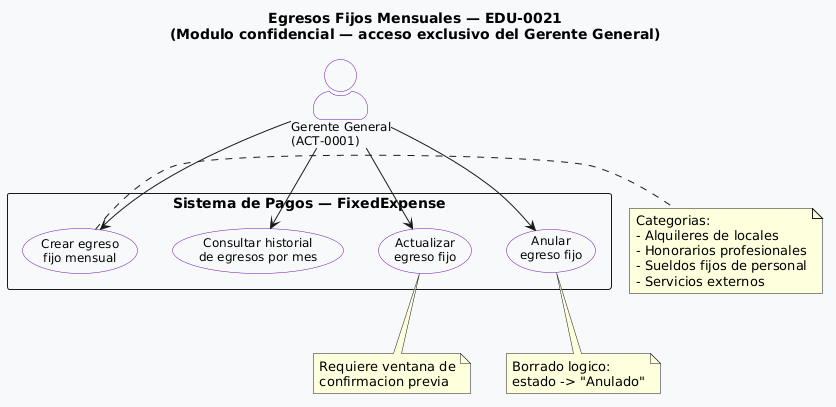
The PlantUML diagram services/payments/diagrama de casos de uso/uc-04-egresos-fijos.png in KODA-pe/architecture-docs, before a commit. Its diagram source:
```plantuml
@startuml
skinparam actorStyle awesome
skinparam backgroundColor #F8F9FA
skinparam usecase {
  BackgroundColor #FFFFFF
  BorderColor #6A0DAD
  FontSize 12
}
skinparam actor {
  BackgroundColor #FFFFFF
  BorderColor #6A0DAD
  FontSize 12
}
skinparam packageStyle rectangle
skinparam defaultFontName Arial

title Egresos Fijos Mensuales — EDU-0021\n(Modulo confidencial — acceso exclusivo del Gerente General)

actor "Gerente General\n(ACT-0001)" as GER

rectangle "Sistema de Pagos — FixedExpense" {
  usecase "Crear egreso\nfijo mensual" as UC1
  usecase "Consultar historial\nde egresos por mes" as UC2
  usecase "Actualizar\negreso fijo" as UC3
  usecase "Anular\negreso fijo" as UC4
}

GER --> UC1
GER --> UC2
GER --> UC3
GER --> UC4

note right of UC1
  Categorias:
  - Alquileres de locales
  - Honorarios profesionales
  - Sueldos fijos de personal
  - Servicios externos
end note

note bottom of UC3
  Requiere ventana de
  confirmacion previa
end note

note bottom of UC4
  Borrado logico:
  estado -> "Anulado"
end note
@enduml
```
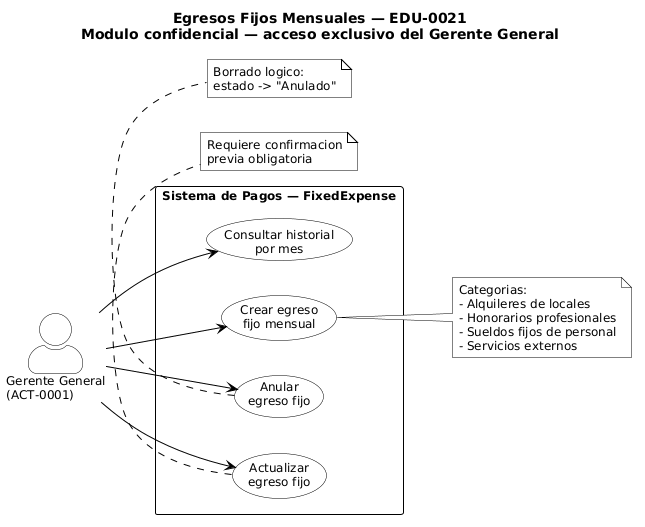
The same file after the commit.

Diff of the diagram source:
```diff
@@ -1,26 +1,41 @@
 @startuml
+skinparam monochrome true
 skinparam actorStyle awesome
-skinparam backgroundColor #F8F9FA
+skinparam backgroundColor white
+skinparam defaultFontName Arial
+skinparam defaultFontSize 12
+skinparam shadowing false
 skinparam usecase {
-  BackgroundColor #FFFFFF
-  BorderColor #6A0DAD
-  FontSize 12
+  BackgroundColor white
+  BorderColor black
+  FontColor black
 }
 skinparam actor {
-  BackgroundColor #FFFFFF
-  BorderColor #6A0DAD
-  FontSize 12
+  BackgroundColor white
+  BorderColor black
+  FontColor black
 }
-skinparam packageStyle rectangle
-skinparam defaultFontName Arial
+skinparam note {
+  BackgroundColor white
+  BorderColor black
+  FontColor black
+}
+skinparam rectangle {
+  BorderColor black
+  FontColor black
+  BackgroundColor white
+}
+skinparam ArrowColor black
 
-title Egresos Fijos Mensuales — EDU-0021\n(Modulo confidencial — acceso exclusivo del Gerente General)
+title Egresos Fijos Mensuales — EDU-0021\nModulo confidencial — acceso exclusivo del Gerente General
+
+left to right direction
 
 actor "Gerente General\n(ACT-0001)" as GER
 
 rectangle "Sistema de Pagos — FixedExpense" {
   usecase "Crear egreso\nfijo mensual" as UC1
-  usecase "Consultar historial\nde egresos por mes" as UC2
+  usecase "Consultar historial\npor mes" as UC2
   usecase "Actualizar\negreso fijo" as UC3
   usecase "Anular\negreso fijo" as UC4
 }
@@ -39,8 +54,8 @@
 end note
 
 note bottom of UC3
-  Requiere ventana de
-  confirmacion previa
+  Requiere confirmacion
+  previa obligatoria
 end note
 
 note bottom of UC4
```
